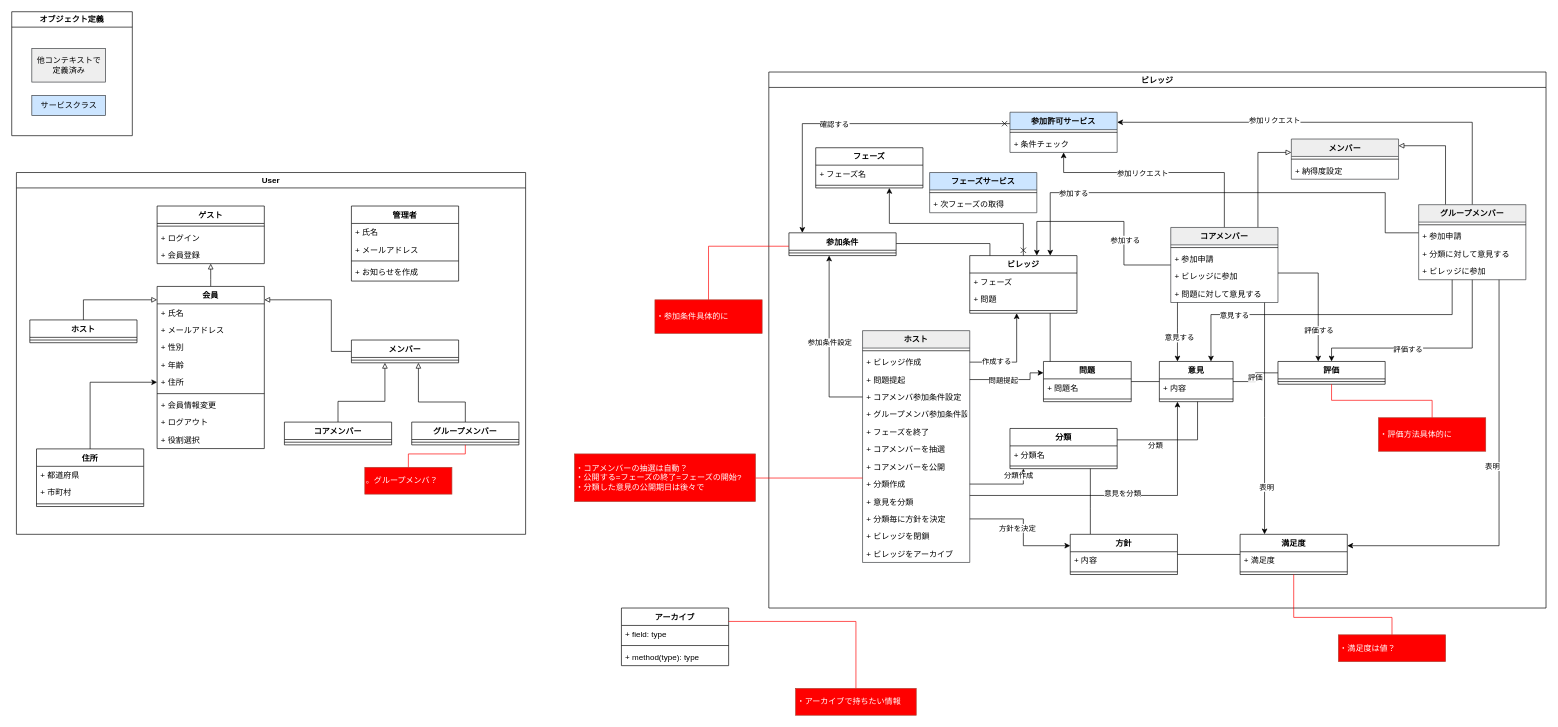
ShunMitsuoka/TachiNoVoice_doc keeps this draw.io diagram as 設計資料/UML/クラス図.drawio. Above is the earlier version. Source tidied: cells renumbered, new cells numbered last; positions are measured from the earlier drawing's top-left corner, leaving out a move shared by most shapes. Both pictures are drawn from the tidied source at 67%, with x=0, y=0 at pixel (11, 11).
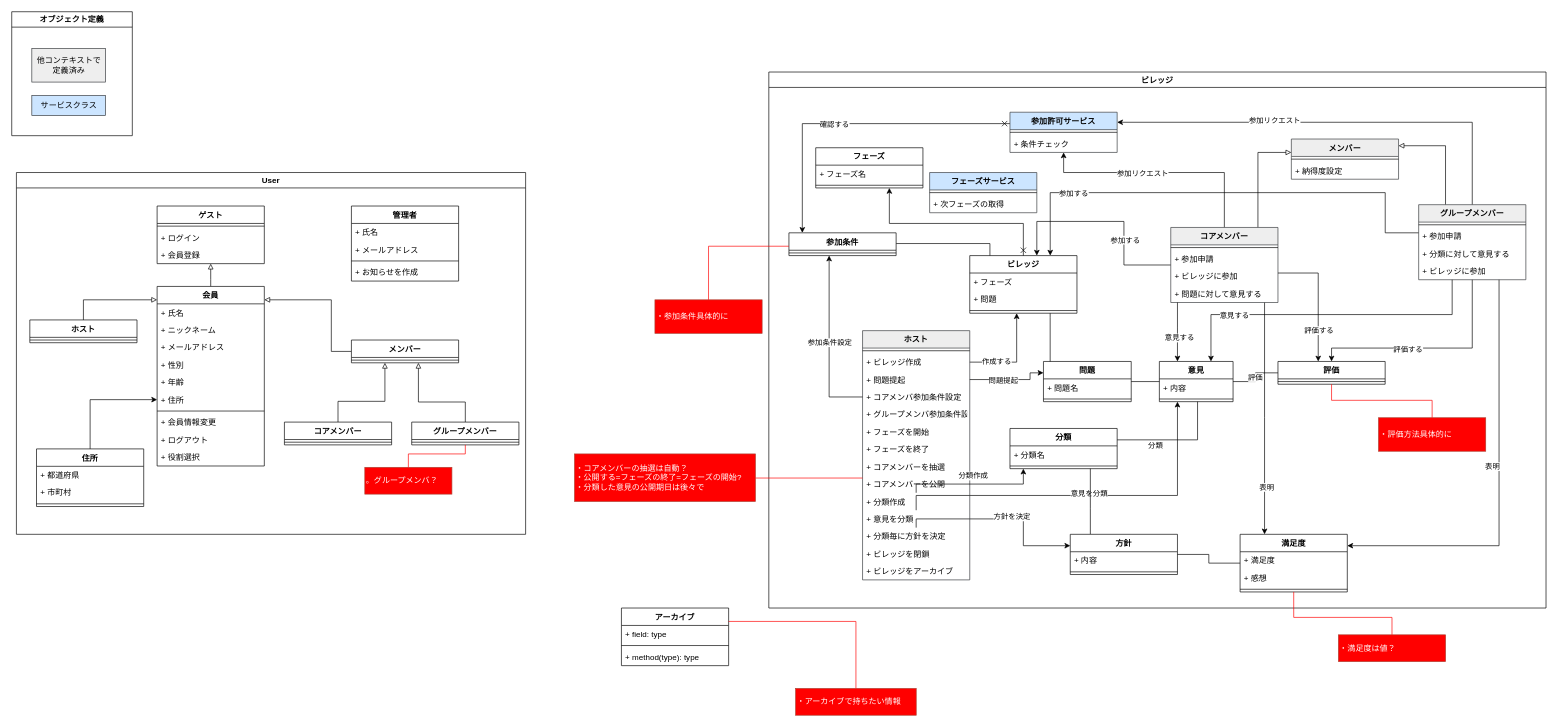
After the change.

Commit message:
クラス図修正

Unchanged cells that the change refers to:
```xml
<mxCell id="2" value="User" style="swimlane;" parent="1" vertex="1">
  <mxGeometry x="7" y="240" width="760" height="540" as="geometry" />
</mxCell>
<mxCell id="42" value="ビレッジ" style="swimlane;" parent="1" vertex="1">
  <mxGeometry x="1130" y="90" width="1160" height="800" as="geometry" />
</mxCell>
```

What changed in the source:
```diff
@@
     <mxCell id="8" value="会員" style="swimlane;fontStyle=1;align=center;verticalAlign=top;horizontal=1;startSize=26;" parent="2" vertex="1">
-      <mxGeometry x="210" y="170" width="160" height="242" as="geometry" />
+      <mxGeometry x="210" y="170" width="160" height="268" as="geometry" />
     </mxCell>
@@
+    <mxCell id="164" value="+ ニックネーム" style="text;strokeColor=none;fillColor=none;align=left;verticalAlign=top;spacingLeft=4;spacingRight=4;overflow=hidden;" parent="8" vertex="1">
+      <mxGeometry y="52" width="160" height="26" as="geometry" />
+    </mxCell>
     <mxCell id="10" value="+ メールアドレス" style="text;strokeColor=none;fillColor=none;align=left;verticalAlign=top;spacingLeft=4;spacingRight=4;overflow=hidden;" parent="8" vertex="1">
-      <mxGeometry y="52" width="160" height="26" as="geometry" />
+      <mxGeometry y="78" width="160" height="26" as="geometry" />
     </mxCell>
     <mxCell id="11" value="+ 性別" style="text;strokeColor=none;fillColor=none;align=left;verticalAlign=top;spacingLeft=4;spacingRight=4;overflow=hidden;" parent="8" vertex="1">
-      <mxGeometry y="78" width="160" height="26" as="geometry" />
+      <mxGeometry y="104" width="160" height="26" as="geometry" />
     </mxCell>
     <mxCell id="12" value="+ 年齢" style="text;strokeColor=none;fillColor=none;align=left;verticalAlign=top;spacingLeft=4;spacingRight=4;overflow=hidden;" parent="8" vertex="1">
-      <mxGeometry y="104" width="160" height="26" as="geometry" />
+      <mxGeometry y="130" width="160" height="26" as="geometry" />
     </mxCell>
     <mxCell id="13" value="+ 住所" style="text;strokeColor=none;fillColor=none;align=left;verticalAlign=top;spacingLeft=4;spacingRight=4;overflow=hidden;points=[[0,0.5],[1,0.5]];portConstraint=eastwest;" parent="8" vertex="1">
-      <mxGeometry y="130" width="160" height="26" as="geometry" />
+      <mxGeometry y="156" width="160" height="26" as="geometry" />
     </mxCell>
     <mxCell id="14" style="line;strokeWidth=1;fillColor=none;align=left;verticalAlign=middle;spacingTop=-1;spacingLeft=3;spacingRight=3;labelPosition=right;" parent="8" vertex="1">
-      <mxGeometry y="156" width="160" height="8" as="geometry" />
+      <mxGeometry y="182" width="160" height="8" as="geometry" />
     </mxCell>
     <mxCell id="15" value="+ 会員情報変更" style="text;strokeColor=none;fillColor=none;align=left;verticalAlign=top;spacingLeft=4;spacingRight=4;overflow=hidden;" parent="8" vertex="1">
-      <mxGeometry y="164" width="160" height="26" as="geometry" />
+      <mxGeometry y="190" width="160" height="26" as="geometry" />
     </mxCell>
     <mxCell id="16" value="+ ログアウト" style="text;strokeColor=none;fillColor=none;align=left;verticalAlign=top;spacingLeft=4;spacingRight=4;overflow=hidden;" parent="8" vertex="1">
-      <mxGeometry y="190" width="160" height="26" as="geometry" />
+      <mxGeometry y="216" width="160" height="26" as="geometry" />
     </mxCell>
     <mxCell id="17" value="+ 役割選択" style="text;strokeColor=none;fillColor=none;align=left;verticalAlign=top;spacingLeft=4;spacingRight=4;overflow=hidden;" parent="8" vertex="1">
-      <mxGeometry y="216" width="160" height="26" as="geometry" />
+      <mxGeometry y="242" width="160" height="26" as="geometry" />
     </mxCell>
@@
     <mxCell id="49" value="ホスト" style="swimlane;fontStyle=1;align=center;verticalAlign=top;horizontal=1;startSize=26;fillColor=#eeeeee;strokeColor=#36393d;" parent="42" vertex="1">
-      <mxGeometry x="139.9" y="386" width="160" height="346" as="geometry" />
+      <mxGeometry x="139.9" y="386" width="160" height="372" as="geometry" />
     </mxCell>
@@
-    <mxCell id="55" value="+ フェーズを終了" style="text;strokeColor=none;fillColor=none;align=left;verticalAlign=top;spacingLeft=4;spacingRight=4;overflow=hidden;" parent="49" vertex="1">
+    <mxCell id="55" value="+ フェーズを開始" style="text;strokeColor=none;fillColor=none;align=left;verticalAlign=top;spacingLeft=4;spacingRight=4;overflow=hidden;" parent="49" vertex="1">
       <mxGeometry y="138" width="160" height="26" as="geometry" />
     </mxCell>
+    <mxCell id="165" value="+ フェーズを終了" style="text;strokeColor=none;fillColor=none;align=left;verticalAlign=top;spacingLeft=4;spacingRight=4;overflow=hidden;" parent="49" vertex="1">
+      <mxGeometry y="164" width="160" height="26" as="geometry" />
+    </mxCell>
     <mxCell id="56" value="+ コアメンバーを抽選" style="text;strokeColor=none;fillColor=none;align=left;verticalAlign=top;spacingLeft=4;spacingRight=4;overflow=hidden;" parent="49" vertex="1">
-      <mxGeometry y="164" width="160" height="26" as="geometry" />
+      <mxGeometry y="190" width="160" height="26" as="geometry" />
     </mxCell>
     <mxCell id="57" value="+ コアメンバーを公開" style="text;strokeColor=none;fillColor=none;align=left;verticalAlign=top;spacingLeft=4;spacingRight=4;overflow=hidden;" parent="49" vertex="1">
-      <mxGeometry y="190" width="160" height="26" as="geometry" />
+      <mxGeometry y="216" width="160" height="26" as="geometry" />
     </mxCell>
     <mxCell id="58" value="+ 分類作成" style="text;strokeColor=none;fillColor=none;align=left;verticalAlign=top;spacingLeft=4;spacingRight=4;overflow=hidden;points=[[0,0.5],[1,0.5]];portConstraint=eastwest;" parent="49" vertex="1">
-      <mxGeometry y="216" width="160" height="26" as="geometry" />
+      <mxGeometry y="242" width="160" height="26" as="geometry" />
     </mxCell>
     <mxCell id="59" value="+ 意見を分類" style="text;strokeColor=none;fillColor=none;align=left;verticalAlign=top;spacingLeft=4;spacingRight=4;overflow=hidden;points=[[0,0.5],[1,0.5]];portConstraint=eastwest;" parent="49" vertex="1">
-      <mxGeometry y="242" width="160" height="26" as="geometry" />
+      <mxGeometry y="268" width="160" height="26" as="geometry" />
     </mxCell>
     <mxCell id="60" value="+ 分類毎に方針を決定" style="text;strokeColor=none;fillColor=none;align=left;verticalAlign=top;spacingLeft=4;spacingRight=4;overflow=hidden;points=[[0,0.5],[1,0.5]];portConstraint=eastwest;" parent="49" vertex="1">
-      <mxGeometry y="268" width="160" height="26" as="geometry" />
+      <mxGeometry y="294" width="160" height="26" as="geometry" />
     </mxCell>
     <mxCell id="61" value="+ ビレッジを閉鎖" style="text;strokeColor=none;fillColor=none;align=left;verticalAlign=top;spacingLeft=4;spacingRight=4;overflow=hidden;" parent="49" vertex="1">
-      <mxGeometry y="294" width="160" height="26" as="geometry" />
+      <mxGeometry y="320" width="160" height="26" as="geometry" />
     </mxCell>
     <mxCell id="62" value="+ ビレッジをアーカイブ" style="text;strokeColor=none;fillColor=none;align=left;verticalAlign=top;spacingLeft=4;spacingRight=4;overflow=hidden;" parent="49" vertex="1">
-      <mxGeometry y="320" width="160" height="26" as="geometry" />
+      <mxGeometry y="346" width="160" height="26" as="geometry" />
     </mxCell>
@@
     <mxCell id="124" value="満足度" style="swimlane;fontStyle=1;align=center;verticalAlign=top;horizontal=1;startSize=26;" parent="42" vertex="1">
-      <mxGeometry x="703.4" y="690" width="160" height="60" as="geometry" />
+      <mxGeometry x="703.4" y="690" width="160" height="86" as="geometry" />
     </mxCell>
@@
+    <mxCell id="166" value="+ 感想" style="text;strokeColor=none;fillColor=none;align=left;verticalAlign=top;spacingLeft=4;spacingRight=4;overflow=hidden;" parent="124" vertex="1">
+      <mxGeometry y="52" width="160" height="26" as="geometry" />
+    </mxCell>
     <mxCell id="126" style="line;strokeWidth=1;fillColor=none;align=left;verticalAlign=middle;spacingTop=-1;spacingLeft=3;spacingRight=3;labelPosition=right;" parent="124" vertex="1">
-      <mxGeometry y="52" width="160" height="8" as="geometry" />
+      <mxGeometry y="78" width="160" height="8" as="geometry" />
     </mxCell>
```
